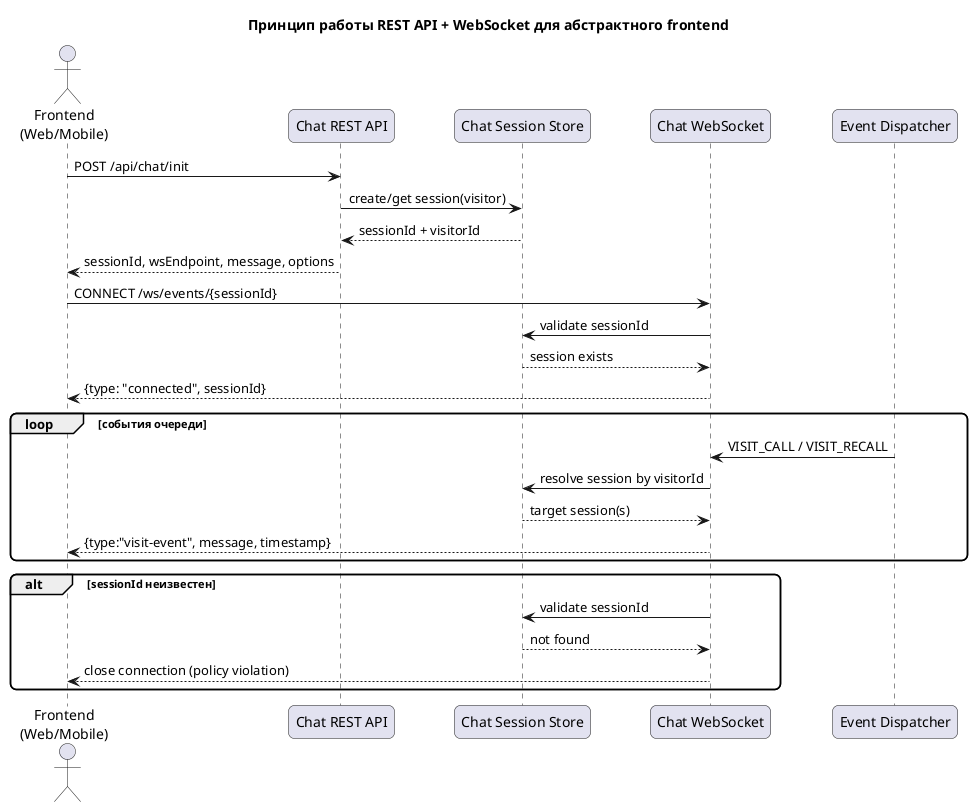
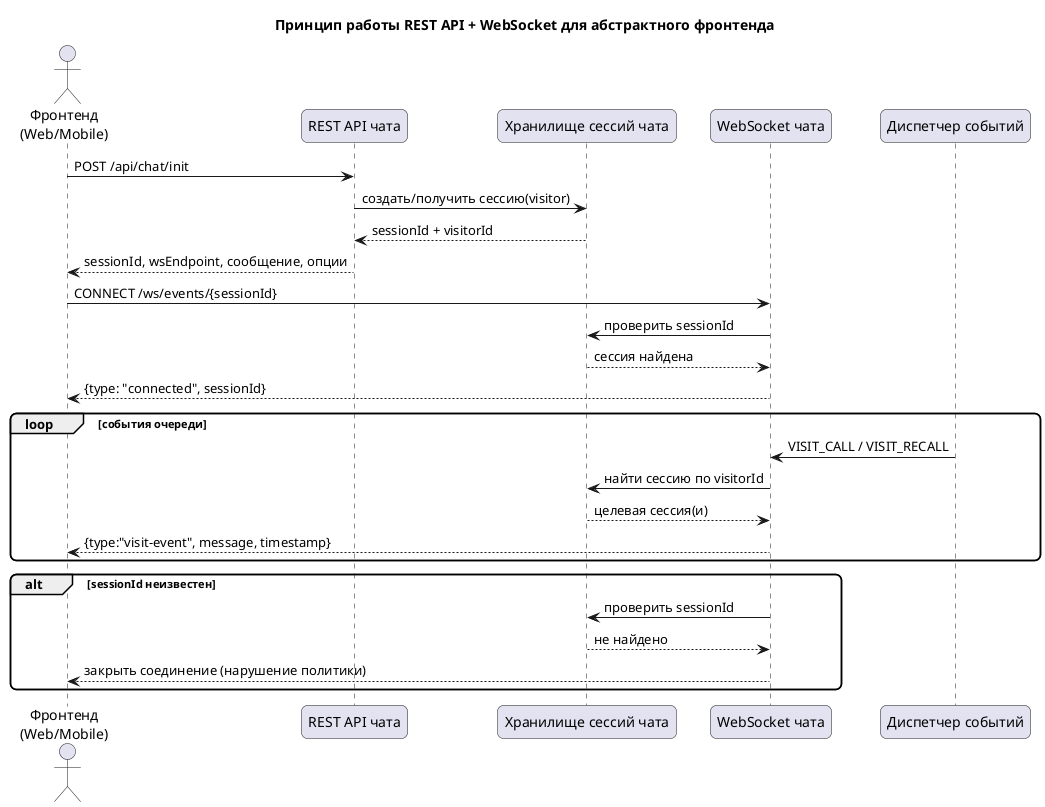
@startuml
skinparam backgroundColor #FFFFFF
skinparam shadowing false
skinparam roundcorner 12
- title Принцип работы REST API + WebSocket для абстрактного frontend
+ title Принцип работы REST API + WebSocket для абстрактного фронтенда

- actor "Frontend\n(Web/Mobile)" as FE
- participant "Chat REST API" as API
- participant "Chat Session Store" as SESS
- participant "Chat WebSocket" as WS
- participant "Event Dispatcher" as EVT
+ actor "Фронтенд\n(Web/Mobile)" as FE
+ participant "REST API чата" as API
+ participant "Хранилище сессий чата" as SESS
+ participant "WebSocket чата" as WS
+ participant "Диспетчер событий" as EVT

FE -> API: POST /api/chat/init
- API -> SESS: create/get session(visitor)
+ API -> SESS: создать/получить сессию(visitor)
SESS --> API: sessionId + visitorId
- API --> FE: sessionId, wsEndpoint, message, options
+ API --> FE: sessionId, wsEndpoint, сообщение, опции

FE -> WS: CONNECT /ws/events/{sessionId}
- WS -> SESS: validate sessionId
- SESS --> WS: session exists
+ WS -> SESS: проверить sessionId
+ SESS --> WS: сессия найдена
WS --> FE: {type: "connected", sessionId}

loop события очереди
  EVT -> WS: VISIT_CALL / VISIT_RECALL
-   WS -> SESS: resolve session by visitorId
-   SESS --> WS: target session(s)
+   WS -> SESS: найти сессию по visitorId
+   SESS --> WS: целевая сессия(и)
  WS --> FE: {type:"visit-event", message, timestamp}
end

alt sessionId неизвестен
-   WS -> SESS: validate sessionId
-   SESS --> WS: not found
-   WS --> FE: close connection (policy violation)
+   WS -> SESS: проверить sessionId
+   SESS --> WS: не найдено
+   WS --> FE: закрыть соединение (нарушение политики)
end
@enduml
